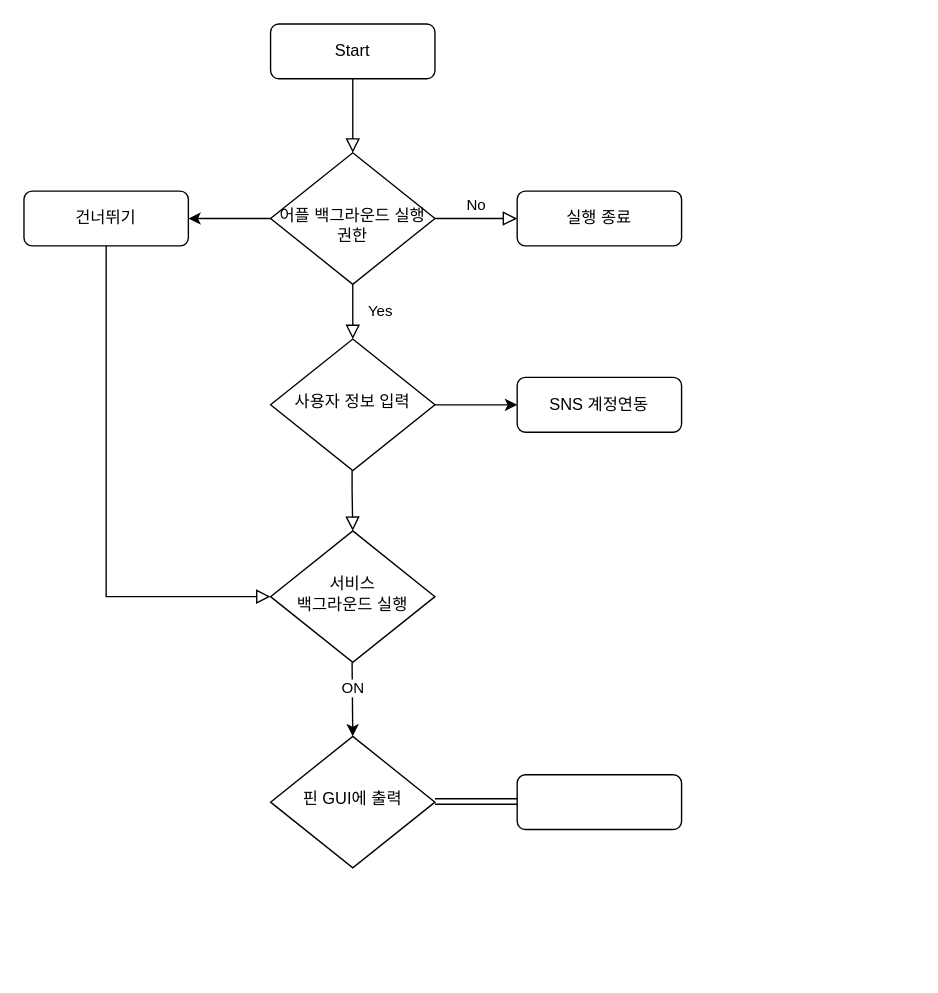
Before: User Flow (bookmarking service).drawio in rego7624/Ned_Portfolio_as_a_Data_Scientist, a draw.io diagram. Source tidied: cells renumbered, new cells numbered last; positions are measured from the earlier drawing's top-left corner, leaving out a move shared by most shapes. Both pictures are drawn from the tidied source at 137%, with x=0, y=0 at pixel (23, 23).
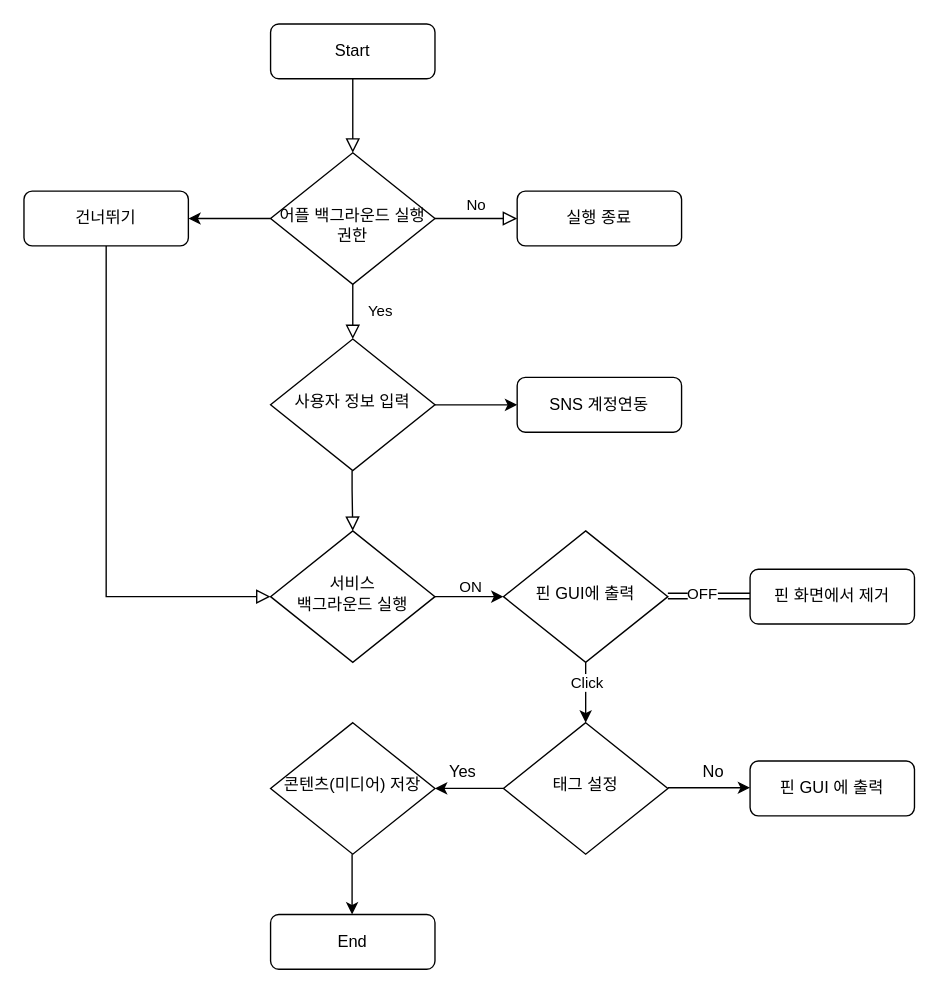
After the change.

Unchanged cells that the change refers to:
```xml
<mxCell id="8" value="서비스&lt;br&gt;백그라운드 실행" style="rhombus;whiteSpace=wrap;html=1;shadow=0;fontFamily=Helvetica;fontSize=12;align=center;strokeWidth=1;spacing=6;spacingTop=-4;" parent="1" vertex="1">
  <mxGeometry x="180" y="370" width="120" height="96" as="geometry" />
</mxCell>
```

What changed in the source:
```diff
@@
     <mxCell id="9" style="shape=link;html=1;" parent="1" edge="1">
       <mxGeometry relative="1" as="geometry">
-        <mxPoint x="300" y="567.5" as="sourcePoint" />
-        <mxPoint x="360" y="567.5" as="targetPoint" />
+        <mxPoint x="470" y="417.5" as="sourcePoint" />
+        <mxPoint x="530" y="417.5" as="targetPoint" />
       </mxGeometry>
     </mxCell>
+    <mxCell id="21" value="OFF" style="edgeLabel;html=1;align=center;verticalAlign=middle;" parent="9" vertex="1">
+      <mxGeometry x="-0.47" y="3" relative="1" as="geometry">
+        <mxPoint x="8" y="0.5" as="offset" />
+      </mxGeometry>
+    </mxCell>
-    <mxCell id="10" style="rounded=1;whiteSpace=wrap;html=1;fontSize=12;glass=0;strokeWidth=1;shadow=0;" parent="1" vertex="1">
-      <mxGeometry x="360" y="548" width="120" height="40" as="geometry" />
+    <mxCell id="10" value="핀 화면에서 제거" style="rounded=1;whiteSpace=wrap;html=1;fontSize=12;glass=0;strokeWidth=1;shadow=0;" parent="1" vertex="1">
+      <mxGeometry x="530" y="398" width="120" height="40" as="geometry" />
     </mxCell>
-    <mxCell id="11" style="endArrow=classic;html=1;" parent="1" edge="1">
+    <mxCell id="11" style="endArrow=classic;html=1;exitX=1;exitY=0.5;exitDx=0;exitDy=0;" parent="1" edge="1" source="8">
       <mxGeometry relative="1" as="geometry">
-        <mxPoint x="239.5" y="466" as="sourcePoint" />
-        <mxPoint x="240" y="520" as="targetPoint" />
+        <mxPoint x="350" y="418" as="targetPoint" />
       </mxGeometry>
     </mxCell>
@@
+    <mxCell id="22" style="edgeStyle=orthogonalEdgeStyle;rounded=0;jettySize=auto;html=1;" parent="1" edge="1" source="20">
+      <mxGeometry relative="1" as="geometry">
+        <mxPoint x="410" y="510" as="targetPoint" />
+      </mxGeometry>
+    </mxCell>
+    <mxCell id="23" value="Click" style="edgeLabel;html=1;align=center;verticalAlign=middle;" parent="22" vertex="1">
+      <mxGeometry x="-0.36" relative="1" as="geometry" />
+    </mxCell>
     <mxCell id="20" value="핀 GUI에 출력" style="rhombus;whiteSpace=wrap;html=1;shadow=0;fontFamily=Helvetica;fontSize=12;align=center;strokeWidth=1;spacing=6;spacingTop=-4;" parent="1" vertex="1">
-      <mxGeometry x="180" y="520" width="120" height="96" as="geometry" />
+      <mxGeometry x="350" y="370" width="120" height="96" as="geometry" />
     </mxCell>
+    <mxCell id="24" value="태그 설정" style="rhombus;whiteSpace=wrap;html=1;shadow=0;fontFamily=Helvetica;fontSize=12;align=center;strokeWidth=1;spacing=6;spacingTop=-4;" parent="1" vertex="1">
+      <mxGeometry x="350" y="510" width="120" height="96" as="geometry" />
+    </mxCell>
+    <mxCell id="25" value="핀 GUI 에 출력" style="rounded=1;whiteSpace=wrap;html=1;fontSize=12;glass=0;strokeWidth=1;shadow=0;" parent="1" vertex="1">
+      <mxGeometry x="530" y="538" width="120" height="40" as="geometry" />
+    </mxCell>
+    <mxCell id="26" style="edgeStyle=orthogonalEdgeStyle;rounded=0;orthogonalLoop=1;jettySize=auto;html=1;" parent="1" edge="1">
+      <mxGeometry relative="1" as="geometry">
+        <mxPoint x="470" y="557.5" as="sourcePoint" />
+        <mxPoint x="530" y="557.5" as="targetPoint" />
+      </mxGeometry>
+    </mxCell>
+    <mxCell id="27" value="No" style="text;html=1;align=center;verticalAlign=middle;" parent="1" vertex="1">
+      <mxGeometry x="488" y="536" width="30" height="20" as="geometry" />
+    </mxCell>
+    <mxCell id="28" style="edgeStyle=orthogonalEdgeStyle;rounded=0;jettySize=auto;html=1;exitX=0;exitY=0.5;exitDx=0;exitDy=0;" parent="1" edge="1" source="24">
+      <mxGeometry relative="1" as="geometry">
+        <mxPoint x="300" y="558" as="targetPoint" />
+      </mxGeometry>
+    </mxCell>
+    <mxCell id="29" value="Yes" style="text;html=1;align=center;verticalAlign=middle;" parent="1" vertex="1">
+      <mxGeometry x="300" y="536" width="40" height="20" as="geometry" />
+    </mxCell>
+    <mxCell id="30" value="콘텐츠(미디어) 저장" style="rhombus;whiteSpace=wrap;html=1;shadow=0;fontFamily=Helvetica;fontSize=12;align=center;strokeWidth=1;spacing=6;spacingTop=-4;" parent="1" vertex="1">
+      <mxGeometry x="180" y="510" width="120" height="96" as="geometry" />
+    </mxCell>
+    <mxCell id="31" style="edgeStyle=orthogonalEdgeStyle;rounded=0;orthogonalLoop=1;jettySize=auto;html=1;" parent="1" edge="1">
+      <mxGeometry relative="1" as="geometry">
+        <mxPoint x="239.5" y="606" as="sourcePoint" />
+        <mxPoint x="239.5" y="650" as="targetPoint" />
+      </mxGeometry>
+    </mxCell>
+    <mxCell id="32" value="End" style="rounded=1;whiteSpace=wrap;html=1;fontSize=12;glass=0;strokeWidth=1;shadow=0;" parent="1" vertex="1">
+      <mxGeometry x="180" y="650" width="120" height="40" as="geometry" />
+    </mxCell>
```
